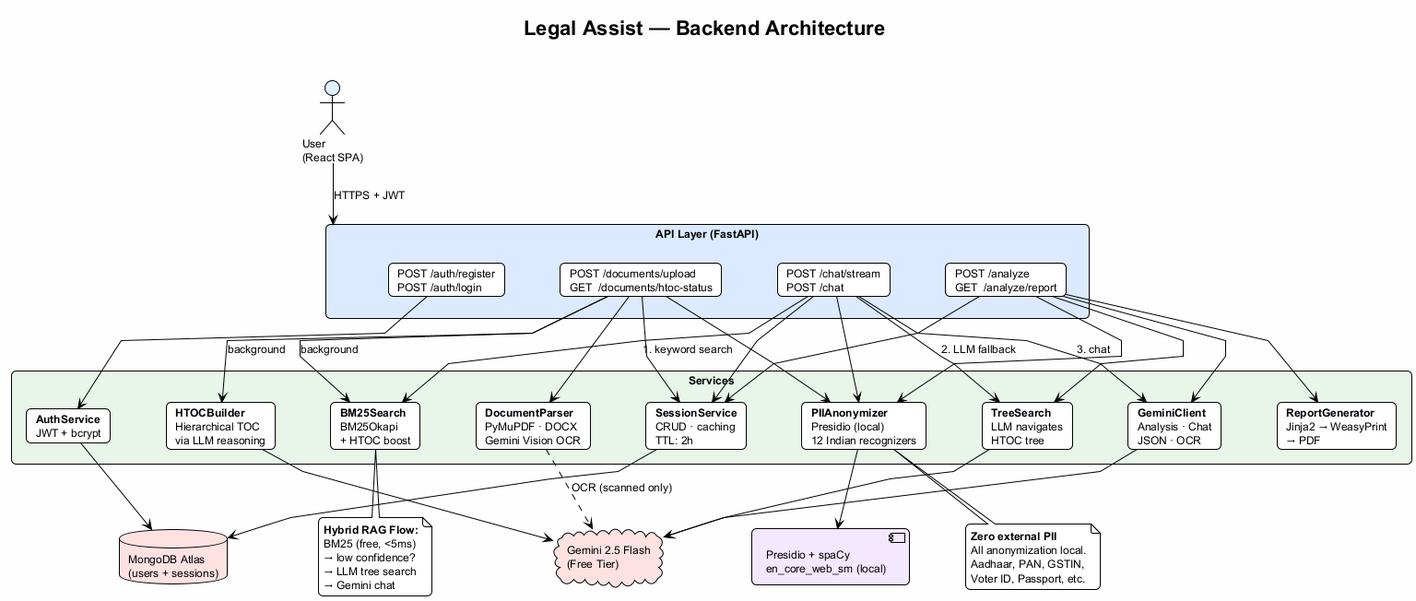
Earlier version of the PlantUML export docs/Legal Assist - Backend Architecture (Compact).png (adityaa2404/legal-assist). Source of this version:
```plantuml
@startuml Legal Assist - Backend Architecture (Compact)

!theme plain
skinparam backgroundColor #FEFEFE
skinparam defaultFontName Inter
skinparam defaultFontSize 12
skinparam shadowing false
skinparam roundCorner 10
skinparam packageStyle rectangle
skinparam linetype polyline
skinparam nodesep 60
skinparam ranksep 50

title **Legal Assist** — Backend Architecture\n

actor "User\n(React SPA)" as User #E0F2FE

rectangle "**API Layer** (FastAPI)" as API #DBEAFE {
    card "POST /auth/register\nPOST /auth/login" as Auth
    card "POST /documents/upload\nGET  /documents/htoc-status" as Docs
    card "POST /analyze\nGET  /analyze/report" as Analysis
    card "POST /chat/stream\nPOST /chat" as Chat
}

rectangle "**Services**" as SVC #E8F5E9 {
    card "**AuthService**\nJWT + bcrypt" as AuthSvc
    card "**DocumentParser**\nPyMuPDF · DOCX\nGemini Vision OCR" as Parser
    card "**PIIAnonymizer**\nPresidio (local)\n12 Indian recognizers" as PII
    card "**SessionService**\nCRUD · caching\nTTL: 2h" as Session
    card "**HTOCBuilder**\nHierarchical TOC\nvia LLM reasoning" as HTOC
    card "**BM25Search**\nBM25Okapi\n+ HTOC boost" as BM25
    card "**TreeSearch**\nLLM navigates\nHTOC tree" as Tree
    card "**GeminiClient**\nAnalysis · Chat\nJSON · OCR" as Gemini
    card "**ReportGenerator**\nJinja2 → WeasyPrint\n→ PDF" as Report
}

database "MongoDB Atlas\n(users + sessions)" as Mongo #FEE2E2
cloud "Gemini 2.5 Flash\n(Free Tier)" as GeminiAPI #FEE2E2
component "Presidio + spaCy\nen_core_web_sm (local)" as PresidioLocal #F3E8FF

User --> API : HTTPS + JWT

Auth --> AuthSvc
Docs --> Parser
Docs --> PII
Docs --> Session
Docs --> HTOC : background
Docs --> BM25 : background

Analysis --> Gemini
Analysis --> Tree
Analysis --> PII
Analysis --> Session
Analysis --> Report

Chat --> BM25 : "1. keyword search"
Chat --> Tree : "2. LLM fallback"
Chat --> Gemini : "3. chat"
Chat --> PII
Chat --> Session

AuthSvc --> Mongo
Session --> Mongo
Gemini --> GeminiAPI
HTOC --> GeminiAPI
Tree --> GeminiAPI
Parser ..> GeminiAPI : OCR (scanned only)
PII --> PresidioLocal

note bottom of BM25
  **Hybrid RAG Flow:**
  BM25 (free, <5ms)
  → low confidence?
  → LLM tree search
  → Gemini chat
end note

note bottom of PII
  **Zero external PII**
  All anonymization local.
  Aadhaar, PAN, GSTIN,
  Voter ID, Passport, etc.
end note

@enduml
```
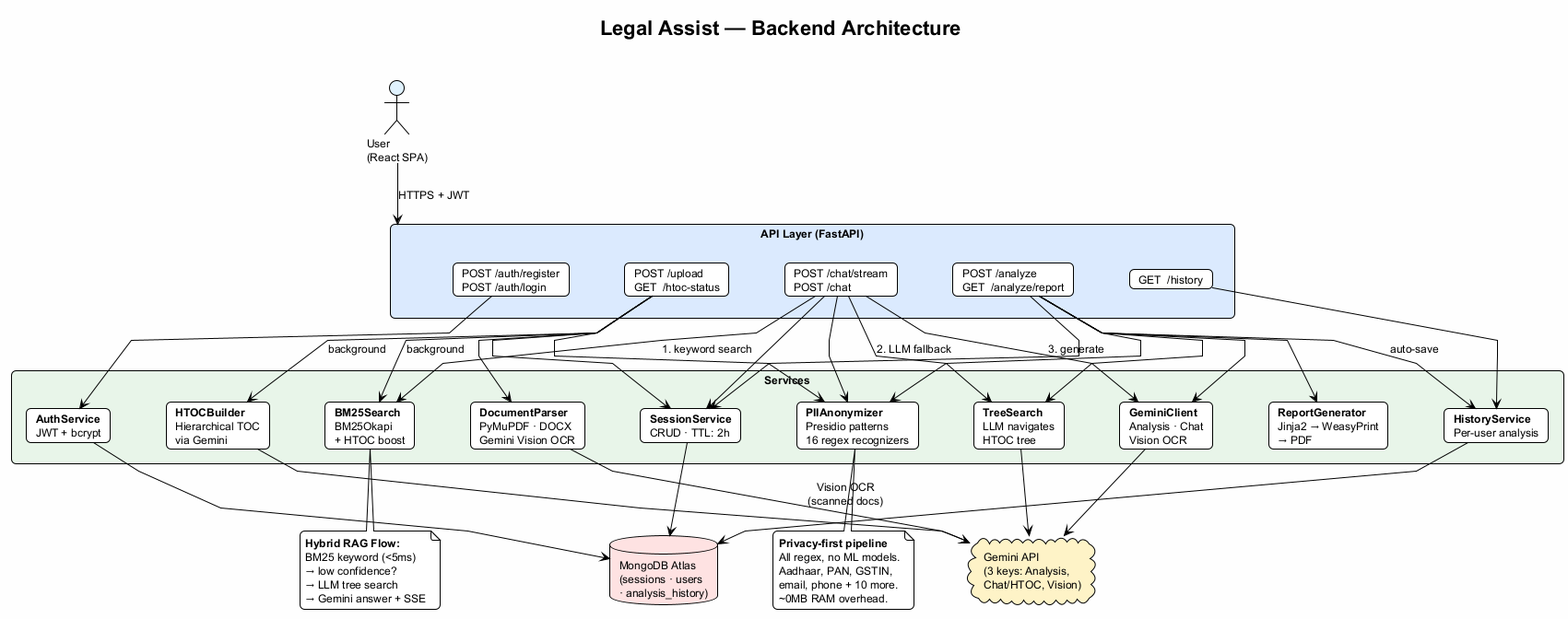
Later version of the same file.

The edit, as a diff of the source:
```diff
@@ -17,26 +17,27 @@
 
 rectangle "**API Layer** (FastAPI)" as API #DBEAFE {
     card "POST /auth/register\nPOST /auth/login" as Auth
-    card "POST /documents/upload\nGET  /documents/htoc-status" as Docs
+    card "POST /upload\nGET  /htoc-status" as Docs
     card "POST /analyze\nGET  /analyze/report" as Analysis
     card "POST /chat/stream\nPOST /chat" as Chat
+    card "GET  /history" as History
 }
 
 rectangle "**Services**" as SVC #E8F5E9 {
     card "**AuthService**\nJWT + bcrypt" as AuthSvc
     card "**DocumentParser**\nPyMuPDF · DOCX\nGemini Vision OCR" as Parser
-    card "**PIIAnonymizer**\nPresidio (local)\n12 Indian recognizers" as PII
-    card "**SessionService**\nCRUD · caching\nTTL: 2h" as Session
-    card "**HTOCBuilder**\nHierarchical TOC\nvia LLM reasoning" as HTOC
+    card "**PIIAnonymizer**\nPresidio patterns\n16 regex recognizers" as PII
+    card "**SessionService**\nCRUD · TTL: 2h" as Session
+    card "**HistoryService**\nPer-user analysis" as HistSvc
+    card "**HTOCBuilder**\nHierarchical TOC\nvia Gemini" as HTOC
     card "**BM25Search**\nBM25Okapi\n+ HTOC boost" as BM25
     card "**TreeSearch**\nLLM navigates\nHTOC tree" as Tree
-    card "**GeminiClient**\nAnalysis · Chat\nJSON · OCR" as Gemini
+    card "**GeminiClient**\nAnalysis · Chat\nVision OCR" as Gemini
     card "**ReportGenerator**\nJinja2 → WeasyPrint\n→ PDF" as Report
 }
 
-database "MongoDB Atlas\n(users + sessions)" as Mongo #FEE2E2
-cloud "Gemini 2.5 Flash\n(Free Tier)" as GeminiAPI #FEE2E2
-component "Presidio + spaCy\nen_core_web_sm (local)" as PresidioLocal #F3E8FF
+database "MongoDB Atlas\n(sessions · users\n· analysis_history)" as Mongo #FEE2E2
+cloud "Gemini API\n(3 keys: Analysis,\nChat/HTOC, Vision)" as GeminiAPI #FEF3C7
 
 User --> API : HTTPS + JWT
 
@@ -52,34 +53,38 @@
 Analysis --> PII
 Analysis --> Session
 Analysis --> Report
+Analysis --> HistSvc : auto-save
+
+History --> HistSvc
 
 Chat --> BM25 : "1. keyword search"
 Chat --> Tree : "2. LLM fallback"
-Chat --> Gemini : "3. chat"
+Chat --> Gemini : "3. generate"
 Chat --> PII
 Chat --> Session
 
 AuthSvc --> Mongo
 Session --> Mongo
+HistSvc --> Mongo
 Gemini --> GeminiAPI
 HTOC --> GeminiAPI
 Tree --> GeminiAPI
-Parser ..> GeminiAPI : OCR (scanned only)
-PII --> PresidioLocal
+Parser --> GeminiAPI : Vision OCR\n(scanned docs)
 
 note bottom of BM25
   **Hybrid RAG Flow:**
-  BM25 (free, <5ms)
+  BM25 keyword (<5ms)
   → low confidence?
   → LLM tree search
-  → Gemini chat
+  → Gemini answer + SSE
 end note
 
 note bottom of PII
-  **Zero external PII**
-  All anonymization local.
+  **Privacy-first pipeline**
+  All regex, no ML models.
   Aadhaar, PAN, GSTIN,
-  Voter ID, Passport, etc.
+  email, phone + 10 more.
+  ~0MB RAM overhead.
 end note
 
 @enduml
```
